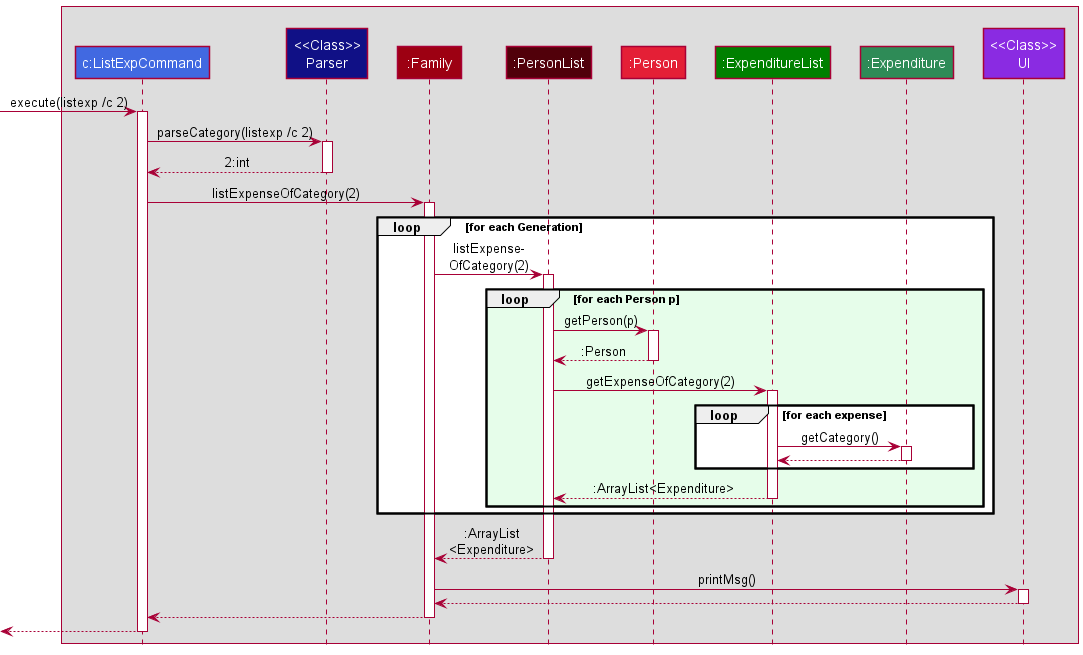
The PlantUML diagram docs/images/ListCategorisedExpenseSequence.png in nus-cs2113-AY2122S2/tp, before a commit.
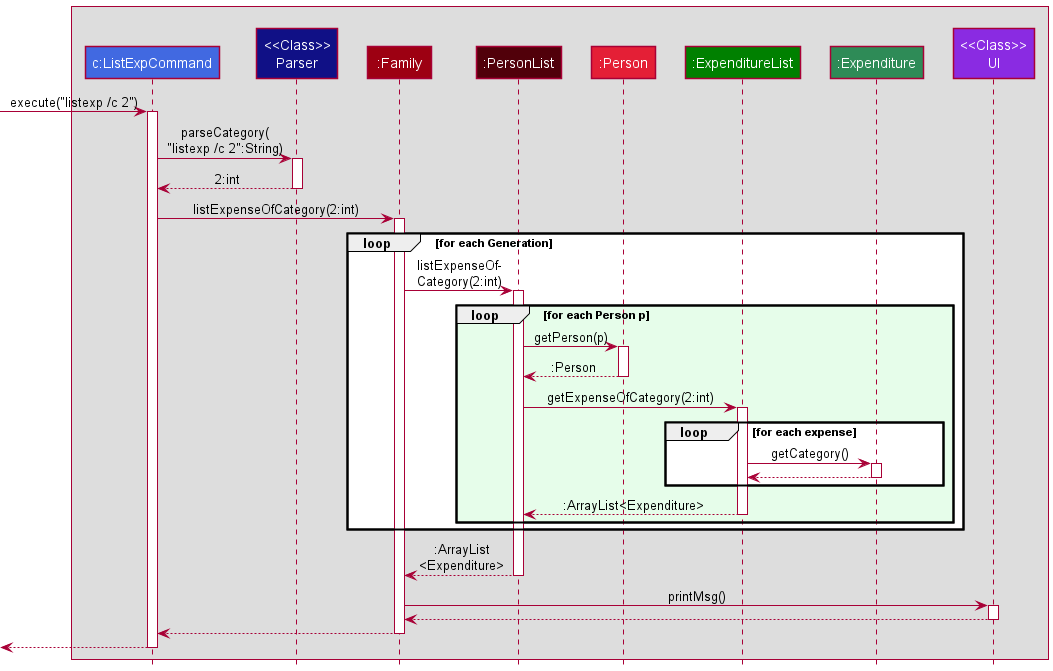
Above is the later version.

Change to the diagram source:
```diff
@@ -12,20 +12,20 @@
     participant "<<Class>>\nUI" as UI UI_COLOR
 end box
 
-[-> Commands : execute(listexp /c 2)
+[-> Commands : execute("listexp /c 2")
 activate Commands
 
-Commands -> Parser : parseCategory(listexp /c 2)
+Commands -> Parser : parseCategory(\n"listexp /c 2":String)
 activate Parser
 Parser --> Commands : 2:int
 deactivate Parser
 
 
-Commands -> Family : listExpenseOfCategory(2)
+Commands -> Family : listExpenseOfCategory(2:int)
 activate Family
 
 loop for each Generation
-    Family -> PList : listExpense-\nOfCategory(2)
+    Family -> PList : listExpenseOf-\nCategory(2:int)
     activate PList
 
     loop LOOP_COLOR for each Person p
@@ -34,7 +34,7 @@
         Person --> PList : :Person
         deactivate Person
 
-        PList -> MList : getExpenseOfCategory(2)
+        PList -> MList : getExpenseOfCategory(2:int)
         activate MList
 
         loop for each expense
```
